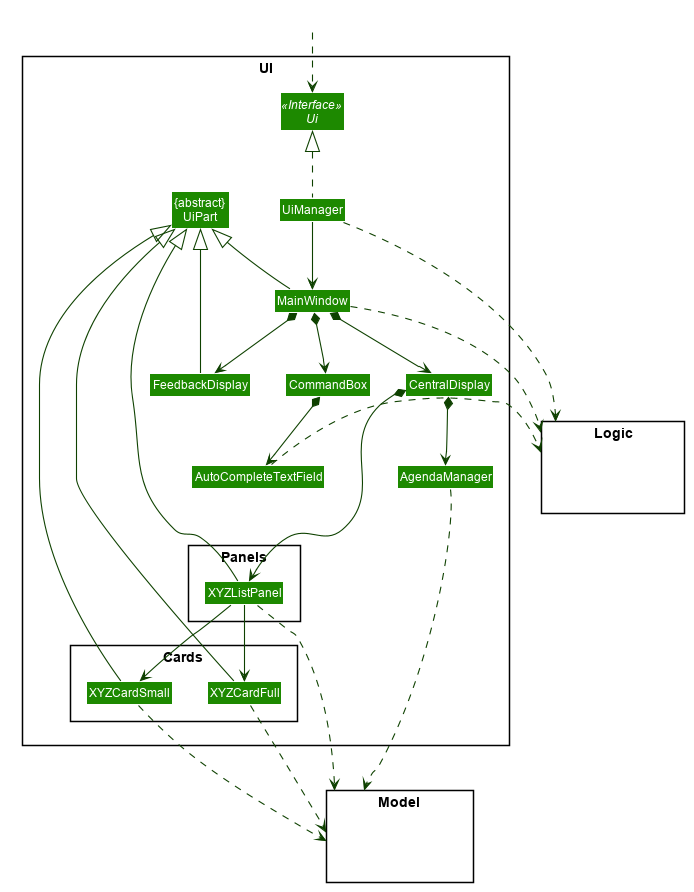
This is docs/images/UiClassDiagram.png from nus-cs2103-AY1920S1/addressbook-level3, a PlantUML export, as it was before one commit. The source it was exported from:
```plantuml
@startuml








skinparam BackgroundColor #FFFFFFF

skinparam Shadowing false

skinparam Class {
    FontColor #FFFFFF
    BorderThickness 1
    BorderColor #FFFFFF
    StereotypeFontColor #FFFFFF
    FontName Arial
}

skinparam Actor {
    BorderColor #000000
    Color #000000
    FontName Arial
}

skinparam Sequence {
    MessageAlign center
    BoxFontSize 15
    BoxPadding 0
    BoxFontColor #FFFFFF
    FontName Arial
}

skinparam Participant {
    FontColor #FFFFFFF
    Padding 20
}

skinparam MinClassWidth 50
skinparam ParticipantPadding 10
skinparam Shadowing false
skinparam DefaultTextAlignment center
skinparam packageStyle Rectangle

hide footbox
hide members
hide circle
skinparam arrowThickness 1.1
skinparam arrowColor #0E4100
skinparam classBackgroundColor #1D8900

package UI <<Rectangle>>{
Interface Ui <<Interface>>
Class "{abstract}\nUiPart" as UiPart
Class UiManager
Class MainWindow
Class CentralDisplay
Class FeedbackDisplay
Class CommandBox
Class AutoCompleteTextField
Class AgendaManager
    package Panels {
        Class XYZListPanel
    }
    package Cards {
        Class XYZCardFull
        Class XYZCardSmall
    }
}

package Model <<Rectangle>> {
Class HiddenModel #FFFFFF
}

package Logic <<Rectangle>> {
Class HiddenLogic #FFFFFF
}

Class HiddenOutside #FFFFFF
HiddenOutside ..> Ui

UiPart -[hidden] UiManager

UiManager .up.|> Ui
UiManager -down-> MainWindow
MainWindow *-down-> CommandBox
MainWindow *-down-> FeedbackDisplay
MainWindow *-down-> CentralDisplay
CentralDisplay *-down-> AgendaManager
CentralDisplay *-down-> XYZListPanel
CommandBox *-down-> AutoCompleteTextField

MainWindow -up-|> UiPart
FeedbackDisplay -up-|> UiPart
XYZCardFull -up-|> UiPart
XYZCardSmall -up-|> UiPart
XYZListPanel -up----|> UiPart

UiManager .right.> Logic
MainWindow .right.> Logic
AutoCompleteTextField .right.> Logic

XYZCardFull ..> Model
XYZCardSmall ..>  Model
XYZListPanel ....>  Model
AgendaManager .[hidden].>  Model
AgendaManager ..>  Model

XYZListPanel -->  XYZCardSmall
XYZListPanel -->  XYZCardFull

CommandBox -[hidden]left- FeedbackDisplay

MainWindow -[hidden]-|> UiPart
@enduml
```
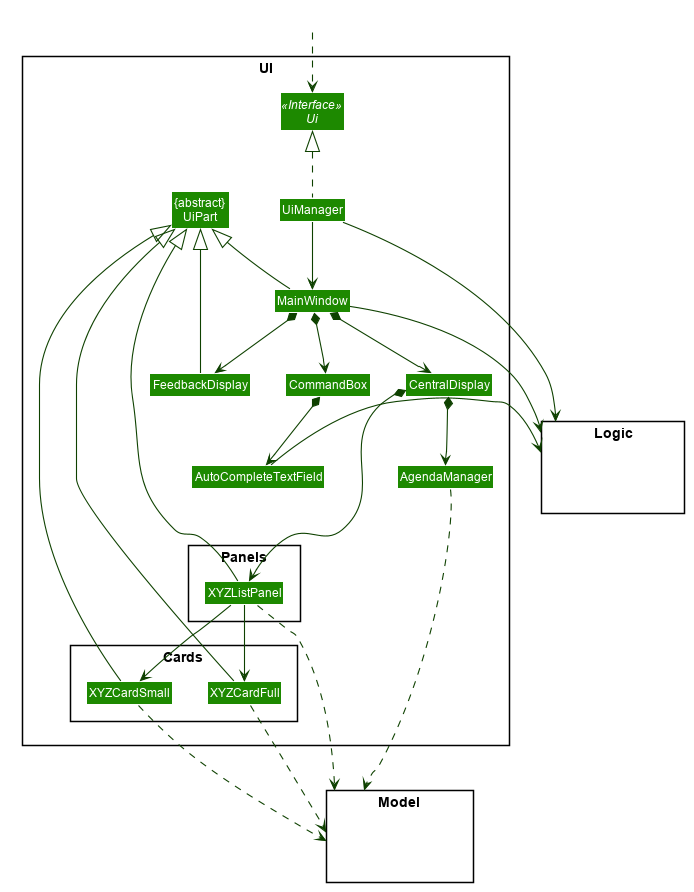
The same file after the commit.

Diff of the diagram source:
```diff
@@ -98,9 +98,9 @@
 XYZCardSmall -up-|> UiPart
 XYZListPanel -up----|> UiPart
 
-UiManager .right.> Logic
-MainWindow .right.> Logic
-AutoCompleteTextField .right.> Logic
+UiManager -right-> Logic
+MainWindow -right-> Logic
+AutoCompleteTextField -right-> Logic
 
 XYZCardFull ..> Model
 XYZCardSmall ..>  Model
```
